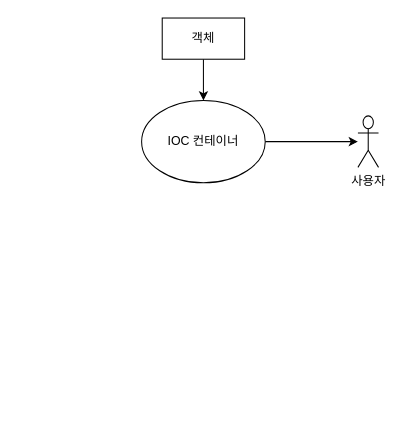
Before: chapter2.drawio in SongYoungMin-304/InflearnDraw.io, a draw.io diagram. Source tidied: cells renumbered, new cells numbered last; positions are measured from the earlier drawing's top-left corner, leaving out a move shared by most shapes. Both pictures are drawn from the tidied source at 103%, with x=0, y=0 at pixel (141, 18).
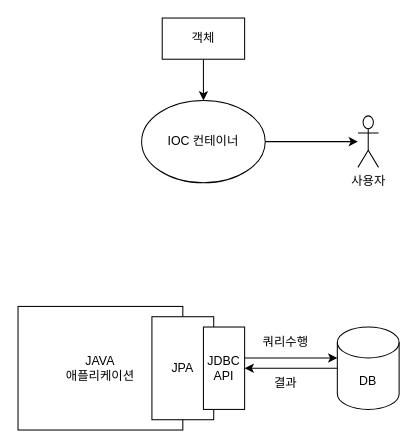
Above is the later version.

The edit, as a diff of the source:
```diff
@@
 <mxGraphModel>
   <root>
     <mxCell id="0" />
     <mxCell id="1" parent="0" />
     <mxCell id="2" style="edgeStyle=orthogonalEdgeStyle;rounded=0;jettySize=auto;html=1;" parent="1" edge="1" source="3" target="6">
       <mxGeometry relative="1" as="geometry" />
     </mxCell>
     <mxCell id="3" value="IOC 컨테이너" style="ellipse;whiteSpace=wrap;html=1;" parent="1" vertex="1">
       <mxGeometry y="80" width="120" height="80" as="geometry" />
     </mxCell>
     <mxCell id="4" style="edgeStyle=orthogonalEdgeStyle;rounded=0;jettySize=auto;html=1;" parent="1" edge="1" source="5" target="3">
       <mxGeometry relative="1" as="geometry" />
     </mxCell>
     <mxCell id="5" value="객체" style="rounded=0;whiteSpace=wrap;html=1;" parent="1" vertex="1">
       <mxGeometry x="20" width="80" height="40" as="geometry" />
     </mxCell>
     <mxCell id="6" value="사용자" style="shape=umlActor;verticalLabelPosition=bottom;verticalAlign=top;html=1;outlineConnect=0;" parent="1" vertex="1">
       <mxGeometry x="210" y="95" width="20" height="50" as="geometry" />
     </mxCell>
+    <mxCell id="7" value="JAVA&lt;br&gt;애플리케이션" style="rounded=0;whiteSpace=wrap;html=1;" parent="1" vertex="1">
+      <mxGeometry x="-120" y="280" width="160" height="120" as="geometry" />
+    </mxCell>
+    <mxCell id="8" value="JPA" style="rounded=0;whiteSpace=wrap;html=1;" parent="1" vertex="1">
+      <mxGeometry x="10" y="290" width="60" height="100" as="geometry" />
+    </mxCell>
+    <mxCell id="9" style="edgeStyle=orthogonalEdgeStyle;rounded=0;jettySize=auto;html=1;" parent="1" edge="1" source="10" target="12">
+      <mxGeometry relative="1" as="geometry">
+        <Array as="points">
+          <mxPoint x="160" y="330" />
+          <mxPoint x="160" y="330" />
+        </Array>
+      </mxGeometry>
+    </mxCell>
+    <mxCell id="10" value="JDBC&lt;br&gt;API" style="rounded=0;whiteSpace=wrap;html=1;" parent="1" vertex="1">
+      <mxGeometry x="60" y="300" width="40" height="80" as="geometry" />
+    </mxCell>
+    <mxCell id="11" style="edgeStyle=orthogonalEdgeStyle;rounded=0;jettySize=auto;html=1;" parent="1" edge="1" source="12" target="10">
+      <mxGeometry relative="1" as="geometry" />
+    </mxCell>
+    <mxCell id="12" value="DB" style="shape=cylinder3;whiteSpace=wrap;html=1;boundedLbl=1;backgroundOutline=1;size=15;" parent="1" vertex="1">
+      <mxGeometry x="190" y="300" width="60" height="80" as="geometry" />
+    </mxCell>
+    <mxCell id="13" value="쿼리수행" style="text;html=1;align=center;verticalAlign=middle;whiteSpace=wrap;rounded=0;" parent="1" vertex="1">
+      <mxGeometry x="110" y="300" width="60" height="30" as="geometry" />
+    </mxCell>
+    <mxCell id="14" value="결과" style="text;html=1;align=center;verticalAlign=middle;whiteSpace=wrap;rounded=0;" parent="1" vertex="1">
+      <mxGeometry x="110" y="340" width="60" height="30" as="geometry" />
+    </mxCell>
   </root>
 </mxGraphModel>
```
